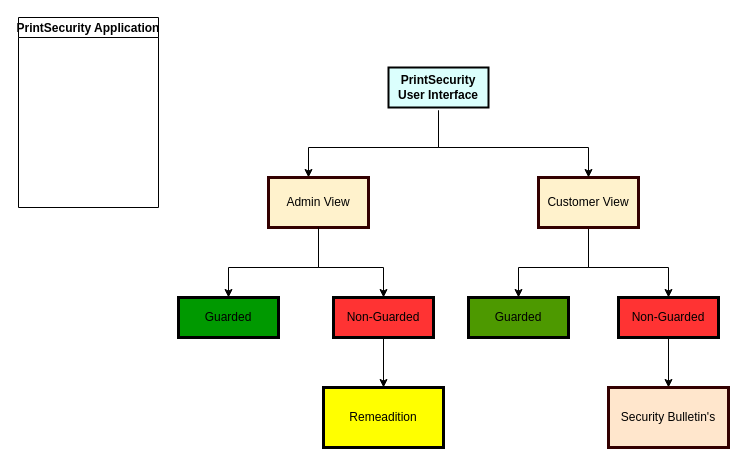
The draw.io diagram Untitled Diagram.drawio in Vignesh40/Vignesh40, before the edit. Source tidied: cells renumbered, new cells numbered last; positions are measured from the earlier drawing's top-left corner, leaving out a move shared by most shapes. Both pictures are drawn from the tidied source at 100%, with x=0, y=0 at pixel (18, 17).
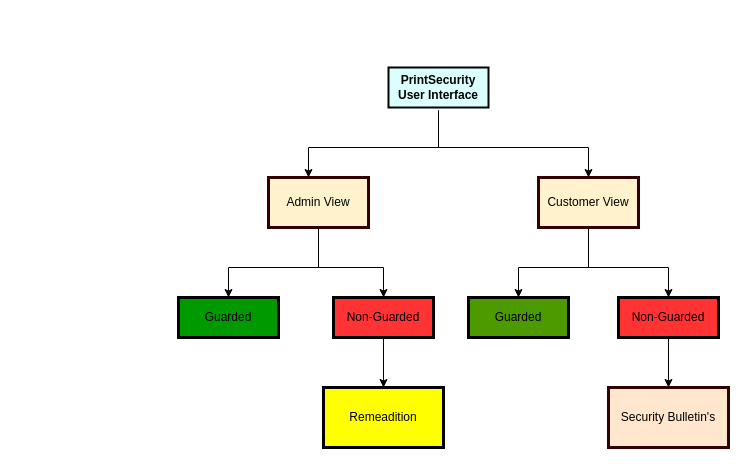
The same diagram, later.

Commit message (it also covers changes not shown here):
Flow_Diagram

Diff of the diagram source:
```diff
@@
-    <mxCell id="2" value="PrintSecurity Application" style="swimlane;startSize=20;horizontal=1;horizontalTree=0;containerType=tree;" parent="1" vertex="1">
-      <mxGeometry width="140" height="190" as="geometry" />
-    </mxCell>
```
